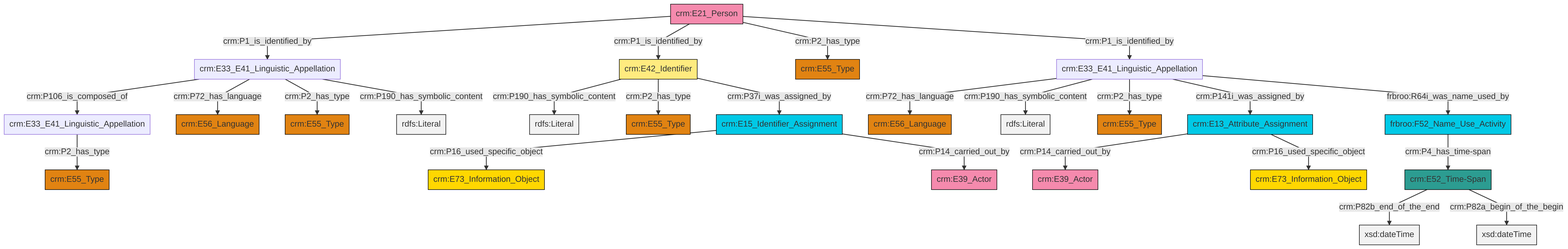
The Mermaid diagram et/personCSV/ttl/mmd/png/Person_Names_and_Classification.png in swiss-art-research-net/reference-data-models, before a commit. Its source is kept beside it as et/personCSV/ttl/mmd/Person_Names_and_Classification.ttl.mmd.
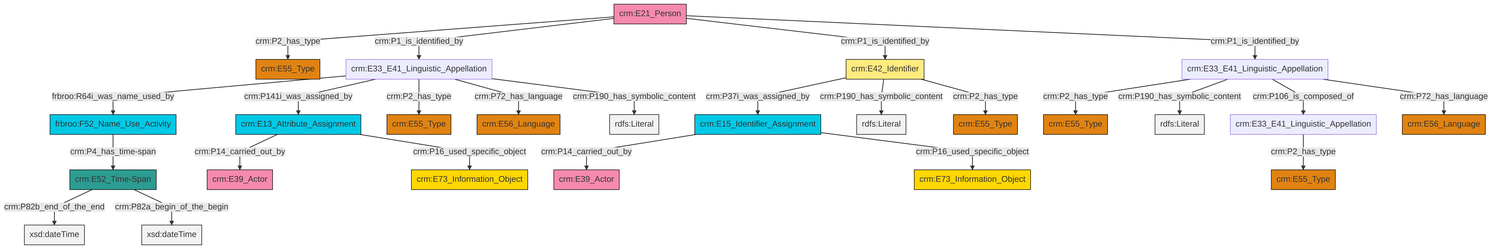
Above is the later version.

The edit, as a diff of the source:
```diff
@@ -13,27 +13,27 @@
 classDef PC_Classes fill:#4ce600, stroke:#000000;
 classDef Multi fill:#cccccc,stroke:#000000;
 
-0["frbroo:F52_Name_Use_Activity"]:::Temporal_Entity -->|crm:P4_has_time-span| 1["crm:E52_Time-Span"]:::Time-Span
-5["crm:E33_E41_Linguistic_Appellation"]:::Default -->|crm:P72_has_language| 6["crm:E56_Language"]:::Type
-12["crm:E21_Person"]:::Actor -->|crm:P1_is_identified_by| 13["crm:E33_E41_Linguistic_Appellation"]:::Default
-13["crm:E33_E41_Linguistic_Appellation"]:::Default -->|crm:P106_is_composed_of| 7["crm:E33_E41_Linguistic_Appellation"]:::Default
-1["crm:E52_Time-Span"]:::Time-Span -->|crm:P82b_end_of_the_end| 14[xsd:dateTime]:::Literal
-5["crm:E33_E41_Linguistic_Appellation"]:::Default -->|crm:P190_has_symbolic_content| 17[rdfs:Literal]:::Literal
-13["crm:E33_E41_Linguistic_Appellation"]:::Default -->|crm:P72_has_language| 15["crm:E56_Language"]:::Type
-7["crm:E33_E41_Linguistic_Appellation"]:::Default -->|crm:P2_has_type| 19["crm:E55_Type"]:::Type
-12["crm:E21_Person"]:::Actor -->|crm:P1_is_identified_by| 22["crm:E42_Identifier"]:::Appellation
-23["crm:E15_Identifier_Assignment"]:::Temporal_Entity -->|crm:P16_used_specific_object| 24["crm:E73_Information_Object"]:::Conceptual_Object
-13["crm:E33_E41_Linguistic_Appellation"]:::Default -->|crm:P2_has_type| 2["crm:E55_Type"]:::Type
-13["crm:E33_E41_Linguistic_Appellation"]:::Default -->|crm:P190_has_symbolic_content| 29[rdfs:Literal]:::Literal
-5["crm:E33_E41_Linguistic_Appellation"]:::Default -->|crm:P2_has_type| 20["crm:E55_Type"]:::Type
-22["crm:E42_Identifier"]:::Appellation -->|crm:P190_has_symbolic_content| 34[rdfs:Literal]:::Literal
-22["crm:E42_Identifier"]:::Appellation -->|crm:P2_has_type| 30["crm:E55_Type"]:::Type
-38["crm:E13_Attribute_Assignment"]:::Temporal_Entity -->|crm:P14_carried_out_by| 36["crm:E39_Actor"]:::Actor
-12["crm:E21_Person"]:::Actor -->|crm:P2_has_type| 9["crm:E55_Type"]:::Type
-23["crm:E15_Identifier_Assignment"]:::Temporal_Entity -->|crm:P14_carried_out_by| 25["crm:E39_Actor"]:::Actor
-5["crm:E33_E41_Linguistic_Appellation"]:::Default -->|crm:P141i_was_assigned_by| 38["crm:E13_Attribute_Assignment"]:::Temporal_Entity
-38["crm:E13_Attribute_Assignment"]:::Temporal_Entity -->|crm:P16_used_specific_object| 42["crm:E73_Information_Object"]:::Conceptual_Object
-5["crm:E33_E41_Linguistic_Appellation"]:::Default -->|frbroo:R64i_was_name_used_by| 0["frbroo:F52_Name_Use_Activity"]:::Temporal_Entity
-22["crm:E42_Identifier"]:::Appellation -->|crm:P37i_was_assigned_by| 23["crm:E15_Identifier_Assignment"]:::Temporal_Entity
-1["crm:E52_Time-Span"]:::Time-Span -->|crm:P82a_begin_of_the_begin| 46[xsd:dateTime]:::Literal
-12["crm:E21_Person"]:::Actor -->|crm:P1_is_identified_by| 5["crm:E33_E41_Linguistic_Appellation"]:::Default
+0["crm:E21_Person"]:::Actor -->|crm:P2_has_type| 1["crm:E55_Type"]:::Type
+8["crm:E33_E41_Linguistic_Appellation"]:::Default -->|frbroo:R64i_was_name_used_by| 10["frbroo:F52_Name_Use_Activity"]:::Temporal_Entity
+11["crm:E15_Identifier_Assignment"]:::Temporal_Entity -->|crm:P14_carried_out_by| 12["crm:E39_Actor"]:::Actor
+0["crm:E21_Person"]:::Actor -->|crm:P1_is_identified_by| 8["crm:E33_E41_Linguistic_Appellation"]:::Default
+4["crm:E42_Identifier"]:::Appellation -->|crm:P37i_was_assigned_by| 11["crm:E15_Identifier_Assignment"]:::Temporal_Entity
+8["crm:E33_E41_Linguistic_Appellation"]:::Default -->|crm:P141i_was_assigned_by| 20["crm:E13_Attribute_Assignment"]:::Temporal_Entity
+4["crm:E42_Identifier"]:::Appellation -->|crm:P190_has_symbolic_content| 28[rdfs:Literal]:::Literal
+8["crm:E33_E41_Linguistic_Appellation"]:::Default -->|crm:P2_has_type| 6["crm:E55_Type"]:::Type
+11["crm:E15_Identifier_Assignment"]:::Temporal_Entity -->|crm:P16_used_specific_object| 30["crm:E73_Information_Object"]:::Conceptual_Object
+18["crm:E33_E41_Linguistic_Appellation"]:::Default -->|crm:P2_has_type| 16["crm:E55_Type"]:::Type
+20["crm:E13_Attribute_Assignment"]:::Temporal_Entity -->|crm:P14_carried_out_by| 24["crm:E39_Actor"]:::Actor
+18["crm:E33_E41_Linguistic_Appellation"]:::Default -->|crm:P190_has_symbolic_content| 33[rdfs:Literal]:::Literal
+10["frbroo:F52_Name_Use_Activity"]:::Temporal_Entity -->|crm:P4_has_time-span| 31["crm:E52_Time-Span"]:::Time-Span
+18["crm:E33_E41_Linguistic_Appellation"]:::Default -->|crm:P106_is_composed_of| 22["crm:E33_E41_Linguistic_Appellation"]:::Default
+31["crm:E52_Time-Span"]:::Time-Span -->|crm:P82b_end_of_the_end| 37[xsd:dateTime]:::Literal
+0["crm:E21_Person"]:::Actor -->|crm:P1_is_identified_by| 4["crm:E42_Identifier"]:::Appellation
+20["crm:E13_Attribute_Assignment"]:::Temporal_Entity -->|crm:P16_used_specific_object| 39["crm:E73_Information_Object"]:::Conceptual_Object
+8["crm:E33_E41_Linguistic_Appellation"]:::Default -->|crm:P72_has_language| 2["crm:E56_Language"]:::Type
+4["crm:E42_Identifier"]:::Appellation -->|crm:P2_has_type| 34["crm:E55_Type"]:::Type
+22["crm:E33_E41_Linguistic_Appellation"]:::Default -->|crm:P2_has_type| 14["crm:E55_Type"]:::Type
+18["crm:E33_E41_Linguistic_Appellation"]:::Default -->|crm:P72_has_language| 42["crm:E56_Language"]:::Type
+31["crm:E52_Time-Span"]:::Time-Span -->|crm:P82a_begin_of_the_begin| 43[xsd:dateTime]:::Literal
+0["crm:E21_Person"]:::Actor -->|crm:P1_is_identified_by| 18["crm:E33_E41_Linguistic_Appellation"]:::Default
+8["crm:E33_E41_Linguistic_Appellation"]:::Default -->|crm:P190_has_symbolic_content| 46[rdfs:Literal]:::Literal
```
